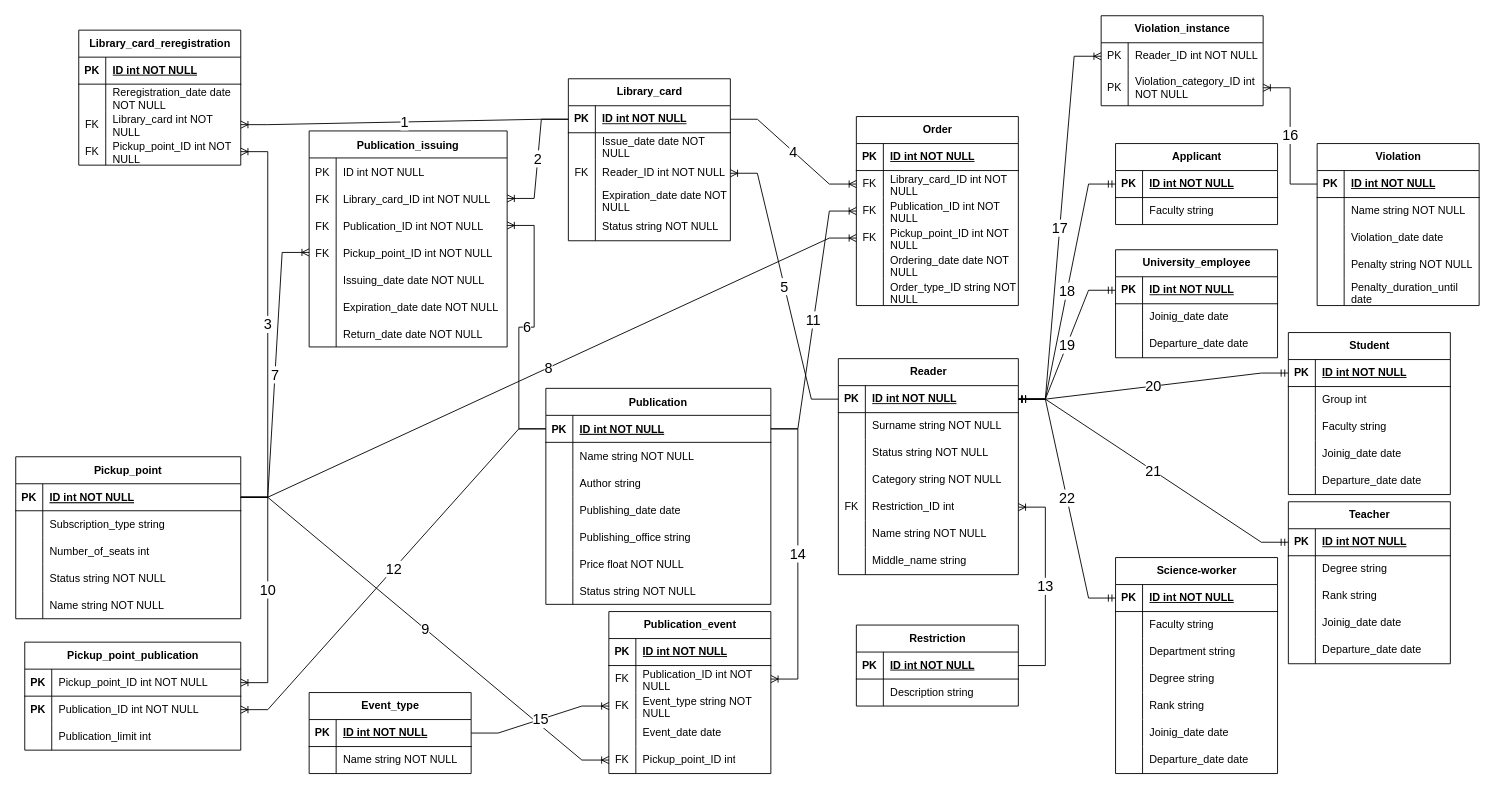
This is university_library_project/er-model.drawio from helttek/nsu, a draw.io file, before an edit. Source tidied: cells renumbered, new cells numbered last; positions are measured from the earlier drawing's top-left corner, leaving out a move shared by most shapes. Both pictures are drawn from the tidied source at 90%, with x=0, y=0 at pixel (15, 15).
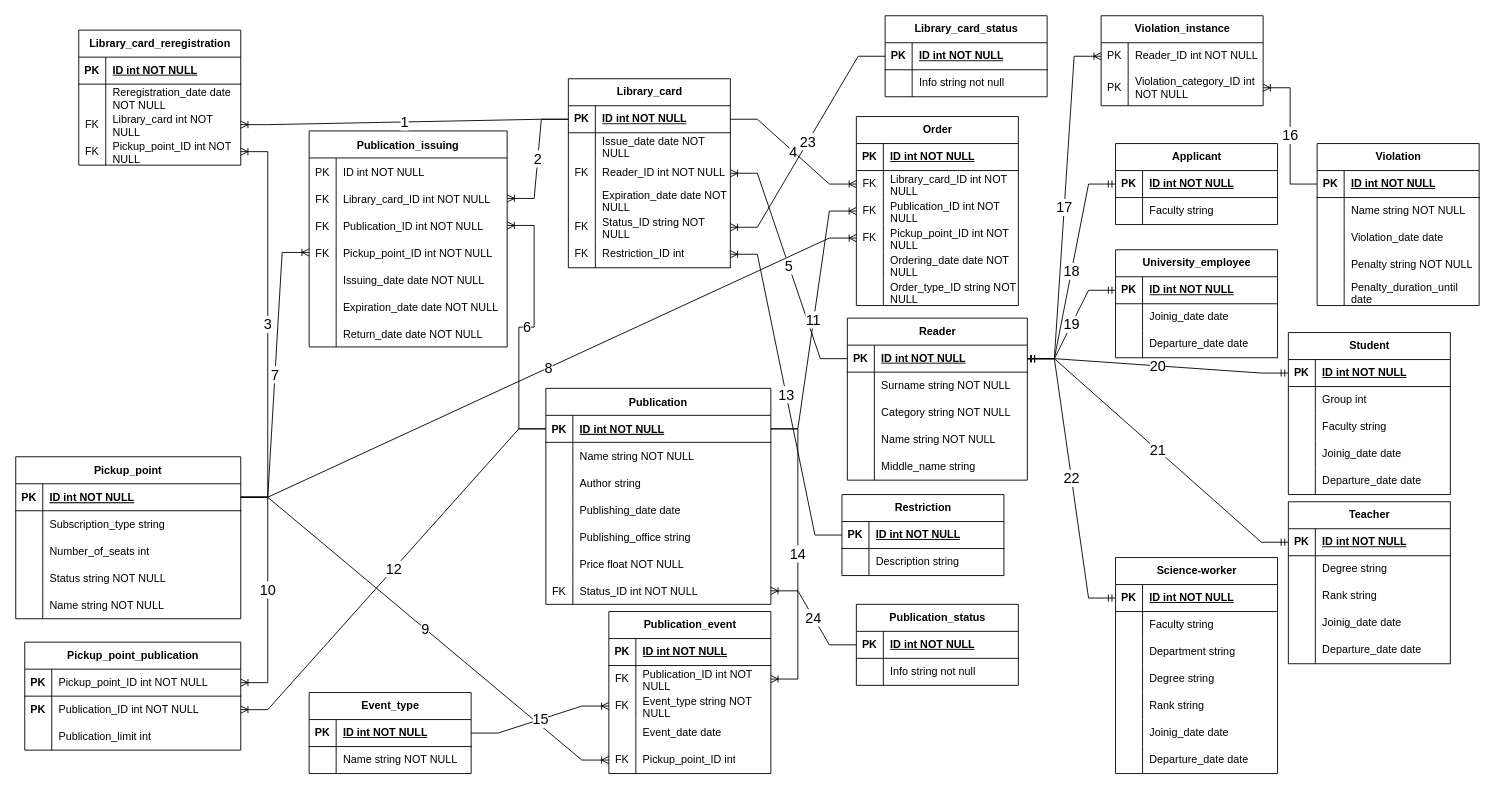
The same diagram, later.

Commit message (it also covers changes not shown here):
er-model update: transfered status from Reader to Library_card; Status_ID (foreign key) is now present instead of status string, which points to new tables: Publication_status, Library_card_status

Unchanged cells that the change refers to:
```xml
<mxCell id="59" style="shape=partialRectangle;fillColor=none;points=[[0,0.5],[1,0.5]];portConstraint=eastwest;top=0;left=0;right=0;bottom=0;" parent="40" vertex="1">
  <mxGeometry y="210" width="250" height="30" as="geometry" />
</mxCell>
<mxCell id="113" style="shape=tableRow;horizontal=0;startSize=0;swimlaneHead=0;swimlaneBody=0;fillColor=none;points=[[0,0.5],[1,0.5]];portConstraint=eastwest;top=0;left=0;right=0;bottom=0;" parent="100" vertex="1">
  <mxGeometry y="150" width="180" height="30" as="geometry" />
</mxCell>
<mxCell id="231" style="shape=tableRow;horizontal=0;startSize=0;swimlaneHead=0;swimlaneBody=0;fillColor=none;points=[[0,0.5],[1,0.5]];portConstraint=eastwest;top=0;left=0;right=0;bottom=1;" parent="230" vertex="1">
  <mxGeometry y="30" width="180" height="30" as="geometry" />
</mxCell>
```

The edit, as a diff of the source:
```diff
@@
-    <mxCell id="60" style="shape=partialRectangle;overflow=hidden;fillColor=none;top=0;left=0;bottom=0;right=0;" parent="59" vertex="1">
+    <mxCell id="60" value="FK" style="shape=partialRectangle;overflow=hidden;fillColor=none;top=0;left=0;bottom=0;right=0;" parent="59" vertex="1">
       <mxGeometry width="30" height="30" as="geometry" />
     </mxCell>
-    <mxCell id="61" value="Status string NOT NULL" style="shape=partialRectangle;overflow=hidden;fillColor=none;top=0;left=0;bottom=0;right=0;align=left;spacingLeft=6;" parent="59" vertex="1">
+    <mxCell id="61" value="Status_ID int NOT NULL" style="shape=partialRectangle;overflow=hidden;fillColor=none;top=0;left=0;bottom=0;right=0;align=left;spacingLeft=6;" parent="59" vertex="1">
       <mxGeometry x="30" width="220" height="30" as="geometry" />
     </mxCell>
     <mxCell id="62" value="Reader" style="shape=table;startSize=30;childLayout=tableLayout;rowLines=0;fontStyle=1;align=center;html=1;" parent="1" vertex="1">
-      <mxGeometry x="914" y="381" width="200" height="240" as="geometry" />
+      <mxGeometry x="924" y="336" width="200" height="180" as="geometry" />
     </mxCell>
@@
-    <mxCell id="69" style="shape=tableRow;horizontal=0;startSize=0;swimlaneHead=0;swimlaneBody=0;fillColor=none;top=0;left=0;right=0;bottom=0;" parent="62" vertex="1">
-      <mxGeometry y="90" width="200" height="30" as="geometry" />
-    </mxCell>
-    <mxCell id="70" style="shape=partialRectangle;fillColor=none;top=0;left=0;bottom=0;right=0;overflow=hidden;whiteSpace=wrap;html=1;" parent="69" vertex="1">
-      <mxGeometry width="30" height="30" as="geometry" />
-    </mxCell>
-    <mxCell id="71" value="Status string NOT NULL" style="shape=partialRectangle;fillColor=none;top=0;left=0;bottom=0;right=0;align=left;spacingLeft=6;overflow=hidden;whiteSpace=wrap;html=1;" parent="69" vertex="1">
-      <mxGeometry x="30" width="170" height="30" as="geometry" />
-    </mxCell>
     <mxCell id="72" style="shape=tableRow;horizontal=0;startSize=0;swimlaneHead=0;swimlaneBody=0;fillColor=none;top=0;left=0;right=0;bottom=0;" parent="62" vertex="1">
-      <mxGeometry y="120" width="200" height="30" as="geometry" />
+      <mxGeometry y="90" width="200" height="30" as="geometry" />
     </mxCell>
@@
-    <mxCell id="75" style="shape=tableRow;horizontal=0;startSize=0;swimlaneHead=0;swimlaneBody=0;fillColor=none;points=[[0,0.5],[1,0.5]];portConstraint=eastwest;top=0;left=0;right=0;bottom=0;" parent="62" vertex="1">
-      <mxGeometry y="150" width="200" height="30" as="geometry" />
-    </mxCell>
-    <mxCell id="76" value="FK" style="shape=partialRectangle;fillColor=none;top=0;left=0;bottom=0;right=0;overflow=hidden;whiteSpace=wrap;html=1;" parent="75" vertex="1">
-      <mxGeometry width="30" height="30" as="geometry" />
-    </mxCell>
-    <mxCell id="77" value="Restriction_ID int" style="shape=partialRectangle;fillColor=none;top=0;left=0;bottom=0;right=0;align=left;spacingLeft=6;overflow=hidden;whiteSpace=wrap;html=1;" parent="75" vertex="1">
-      <mxGeometry x="30" width="170" height="30" as="geometry" />
-    </mxCell>
     <mxCell id="78" style="shape=tableRow;horizontal=0;startSize=0;swimlaneHead=0;swimlaneBody=0;fillColor=none;top=0;left=0;right=0;bottom=0;" parent="62" vertex="1">
-      <mxGeometry y="180" width="200" height="30" as="geometry" />
+      <mxGeometry y="120" width="200" height="30" as="geometry" />
     </mxCell>
@@
     <mxCell id="81" style="shape=tableRow;horizontal=0;startSize=0;swimlaneHead=0;swimlaneBody=0;fillColor=none;top=0;left=0;right=0;bottom=0;" parent="62" vertex="1">
-      <mxGeometry y="210" width="200" height="30" as="geometry" />
+      <mxGeometry y="150" width="200" height="30" as="geometry" />
     </mxCell>
@@
     <mxCell id="100" value="Library_card" style="shape=table;startSize=30;childLayout=tableLayout;rowLines=0;fontStyle=1;align=center;html=1;" parent="1" vertex="1">
-      <mxGeometry x="614" y="70" width="180" height="180" as="geometry" />
+      <mxGeometry x="614" y="70" width="180" height="210" as="geometry" />
     </mxCell>
@@
-    <mxCell id="114" style="shape=partialRectangle;fillColor=none;top=0;left=0;bottom=0;right=0;overflow=hidden;whiteSpace=wrap;html=1;" parent="113" vertex="1">
+    <mxCell id="114" value="FK" style="shape=partialRectangle;fillColor=none;top=0;left=0;bottom=0;right=0;overflow=hidden;whiteSpace=wrap;html=1;" parent="113" vertex="1">
       <mxGeometry width="30" height="30" as="geometry" />
     </mxCell>
-    <mxCell id="115" value="Status string NOT NULL" style="shape=partialRectangle;fillColor=none;top=0;left=0;bottom=0;right=0;align=left;spacingLeft=6;overflow=hidden;whiteSpace=wrap;html=1;" parent="113" vertex="1">
+    <mxCell id="115" value="Status_ID string NOT NULL" style="shape=partialRectangle;fillColor=none;top=0;left=0;bottom=0;right=0;align=left;spacingLeft=6;overflow=hidden;whiteSpace=wrap;html=1;" parent="113" vertex="1">
       <mxGeometry x="30" width="150" height="30" as="geometry" />
     </mxCell>
+    <mxCell id="288" style="shape=tableRow;horizontal=0;startSize=0;swimlaneHead=0;swimlaneBody=0;fillColor=none;points=[[0,0.5],[1,0.5]];portConstraint=eastwest;top=0;left=0;right=0;bottom=0;" parent="100" vertex="1">
+      <mxGeometry y="180" width="180" height="30" as="geometry" />
+    </mxCell>
+    <mxCell id="76" value="FK" style="shape=partialRectangle;fillColor=none;top=0;left=0;bottom=0;right=0;overflow=hidden;whiteSpace=wrap;html=1;" parent="288" vertex="1">
+      <mxGeometry width="30" height="30" as="geometry" />
+    </mxCell>
+    <mxCell id="77" value="Restriction_ID int" style="shape=partialRectangle;fillColor=none;top=0;left=0;bottom=0;right=0;align=left;spacingLeft=6;overflow=hidden;whiteSpace=wrap;html=1;" parent="288" vertex="1">
+      <mxGeometry x="30" width="150" height="30" as="geometry" />
+    </mxCell>
@@
     <mxCell id="230" value="Restriction" style="shape=table;startSize=30;childLayout=tableLayout;rowLines=0;fontStyle=1;align=center;html=1;" parent="1" vertex="1">
-      <mxGeometry x="934" y="677" width="180" height="90" as="geometry" />
+      <mxGeometry x="918" y="532" width="180" height="90" as="geometry" />
     </mxCell>
@@
-    <mxCell id="237" value="13" style="edgeStyle=entityRelationEdgeStyle;fontSize=16;html=1;endArrow=ERoneToMany;rounded=0;exitX=1;exitY=0.5;exitDx=0;exitDy=0;entryX=1;entryY=0.5;entryDx=0;entryDy=0;" parent="1" edge="1" source="231" target="75">
+    <mxCell id="237" value="13" style="edgeStyle=entityRelationEdgeStyle;fontSize=16;html=1;endArrow=ERoneToMany;rounded=0;exitX=0;exitY=0.5;exitDx=0;exitDy=0;entryX=1;entryY=0.5;entryDx=0;entryDy=0;" parent="1" edge="1" source="231" target="288">
       <mxGeometry relative="1" as="geometry" />
     </mxCell>
@@
+    <mxCell id="289" value="Library_card_status" style="shape=table;startSize=30;childLayout=tableLayout;rowLines=0;fontStyle=1;align=center;html=1;" parent="1" vertex="1">
+      <mxGeometry x="966" width="180" height="90" as="geometry" />
+    </mxCell>
+    <mxCell id="290" style="shape=tableRow;horizontal=0;startSize=0;swimlaneHead=0;swimlaneBody=0;fillColor=none;points=[[0,0.5],[1,0.5]];portConstraint=eastwest;top=0;left=0;right=0;bottom=1;" parent="289" vertex="1">
+      <mxGeometry y="30" width="180" height="30" as="geometry" />
+    </mxCell>
+    <mxCell id="291" value="PK" style="shape=partialRectangle;fillColor=none;top=0;left=0;bottom=0;right=0;fontStyle=1;overflow=hidden;whiteSpace=wrap;html=1;" parent="290" vertex="1">
+      <mxGeometry width="30" height="30" as="geometry" />
+    </mxCell>
+    <mxCell id="292" value="ID int NOT NULL" style="shape=partialRectangle;fillColor=none;top=0;left=0;bottom=0;right=0;align=left;spacingLeft=6;fontStyle=5;overflow=hidden;whiteSpace=wrap;html=1;" parent="290" vertex="1">
+      <mxGeometry x="30" width="150" height="30" as="geometry" />
+    </mxCell>
+    <mxCell id="293" style="shape=tableRow;horizontal=0;startSize=0;swimlaneHead=0;swimlaneBody=0;fillColor=none;top=0;left=0;right=0;bottom=0;" parent="289" vertex="1">
+      <mxGeometry y="60" width="180" height="30" as="geometry" />
+    </mxCell>
+    <mxCell id="294" style="shape=partialRectangle;fillColor=none;top=0;left=0;bottom=0;right=0;overflow=hidden;whiteSpace=wrap;html=1;" parent="293" vertex="1">
+      <mxGeometry width="30" height="30" as="geometry" />
+    </mxCell>
+    <mxCell id="295" value="Info string not null" style="shape=partialRectangle;fillColor=none;top=0;left=0;bottom=0;right=0;align=left;spacingLeft=6;overflow=hidden;whiteSpace=wrap;html=1;" parent="293" vertex="1">
+      <mxGeometry x="30" width="150" height="30" as="geometry" />
+    </mxCell>
+    <mxCell id="296" value="&lt;font style=&quot;font-size: 16px;&quot;&gt;23&lt;/font&gt;" style="edgeStyle=entityRelationEdgeStyle;fontSize=12;html=1;endArrow=ERoneToMany;rounded=0;exitX=0;exitY=0.5;exitDx=0;exitDy=0;entryX=1;entryY=0.5;entryDx=0;entryDy=0;" parent="1" edge="1" source="290" target="113">
+      <mxGeometry relative="1" as="geometry" />
+    </mxCell>
+    <mxCell id="297" value="Publication_status" style="shape=table;startSize=30;childLayout=tableLayout;rowLines=0;fontStyle=1;align=center;html=1;" parent="1" vertex="1">
+      <mxGeometry x="934" y="654" width="180" height="90" as="geometry" />
+    </mxCell>
+    <mxCell id="298" style="shape=tableRow;horizontal=0;startSize=0;swimlaneHead=0;swimlaneBody=0;fillColor=none;points=[[0,0.5],[1,0.5]];portConstraint=eastwest;top=0;left=0;right=0;bottom=1;" parent="297" vertex="1">
+      <mxGeometry y="30" width="180" height="30" as="geometry" />
+    </mxCell>
+    <mxCell id="299" value="PK" style="shape=partialRectangle;fillColor=none;top=0;left=0;bottom=0;right=0;fontStyle=1;overflow=hidden;whiteSpace=wrap;html=1;" parent="298" vertex="1">
+      <mxGeometry width="30" height="30" as="geometry" />
+    </mxCell>
+    <mxCell id="300" value="ID int NOT NULL" style="shape=partialRectangle;fillColor=none;top=0;left=0;bottom=0;right=0;align=left;spacingLeft=6;fontStyle=5;overflow=hidden;whiteSpace=wrap;html=1;" parent="298" vertex="1">
+      <mxGeometry x="30" width="150" height="30" as="geometry" />
+    </mxCell>
+    <mxCell id="301" style="shape=tableRow;horizontal=0;startSize=0;swimlaneHead=0;swimlaneBody=0;fillColor=none;top=0;left=0;right=0;bottom=0;" parent="297" vertex="1">
+      <mxGeometry y="60" width="180" height="30" as="geometry" />
+    </mxCell>
+    <mxCell id="302" style="shape=partialRectangle;fillColor=none;top=0;left=0;bottom=0;right=0;overflow=hidden;whiteSpace=wrap;html=1;" parent="301" vertex="1">
+      <mxGeometry width="30" height="30" as="geometry" />
+    </mxCell>
+    <mxCell id="303" value="Info string not null" style="shape=partialRectangle;fillColor=none;top=0;left=0;bottom=0;right=0;align=left;spacingLeft=6;overflow=hidden;whiteSpace=wrap;html=1;" parent="301" vertex="1">
+      <mxGeometry x="30" width="150" height="30" as="geometry" />
+    </mxCell>
+    <mxCell id="304" value="24" style="edgeStyle=entityRelationEdgeStyle;fontSize=16;html=1;endArrow=ERoneToMany;rounded=0;exitX=0;exitY=0.5;exitDx=0;exitDy=0;entryX=1;entryY=0.5;entryDx=0;entryDy=0;" parent="1" edge="1" source="298" target="59">
+      <mxGeometry relative="1" as="geometry" />
+    </mxCell>
```
